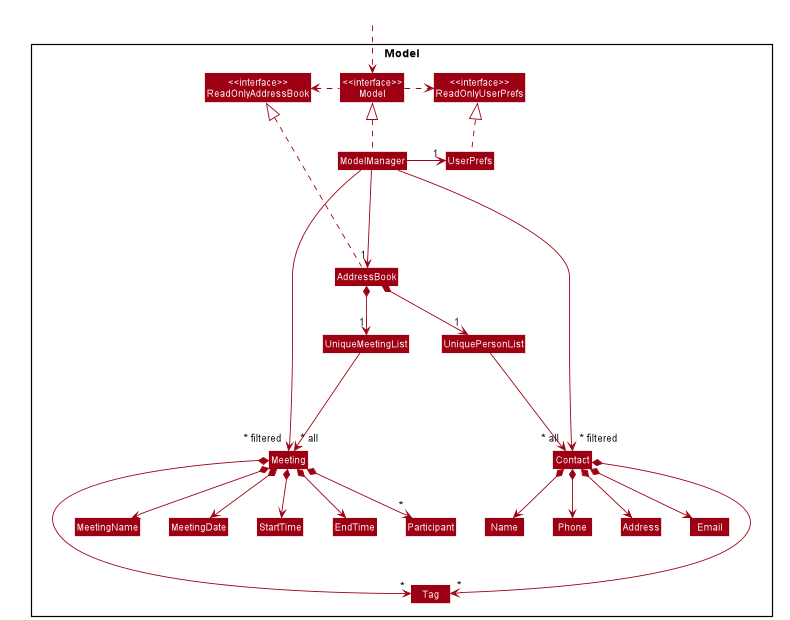
This is docs/images/ModelClassDiagram.png from tomascherian/tp, a PlantUML export, as it was before one commit.
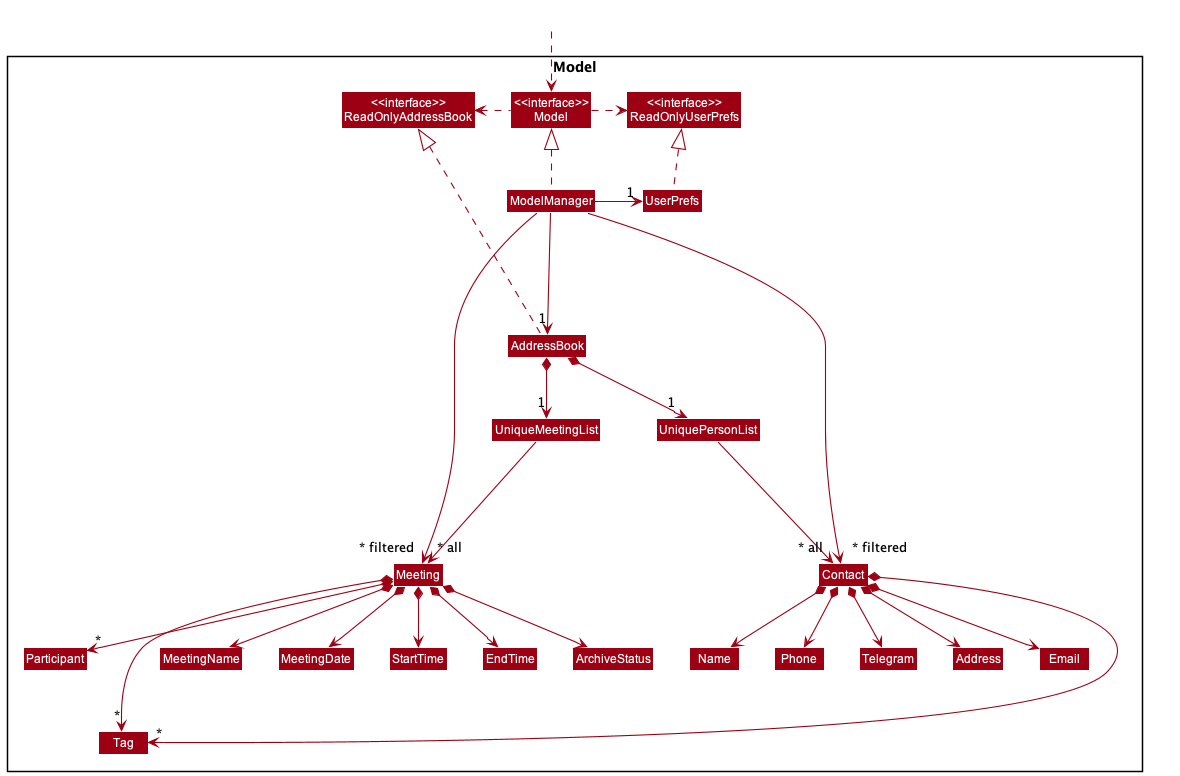
The same file after the commit.

The edit, as a diff of the source:
```diff
@@ -18,6 +18,7 @@
 Class Email
 Class Name
 Class Phone
+Class Telegram
 
 Class Tag
 
@@ -27,6 +28,7 @@
 Class MeetingDate
 Class StartTime
 Class EndTime
+Class ArchiveStatus
 Class Participant
 
 }
@@ -52,6 +54,7 @@
 Contact *--> Phone
 Contact *--> Email
 Contact *--> Address
+Contact *--> Telegram
 Contact *-down--> "*" Tag
 
 UniqueMeetingList ---> "~* all" Meeting
@@ -59,6 +62,7 @@
 Meeting *--> MeetingDate
 Meeting *--> StartTime
 Meeting *--> EndTime
+Meeting *--> ArchiveStatus
 Meeting *--> "*" Participant
 Meeting *-down--> "*" Tag
 
@@ -70,6 +74,7 @@
 MeetingDate -[hidden]right- StartTime
 StartTime -[hidden]right- EndTime
 EndTime -[hidden]right- Participant
+Participant -[hidden]right- ArchiveStatus
 
 
 Participant -[hidden]->Tag
```
